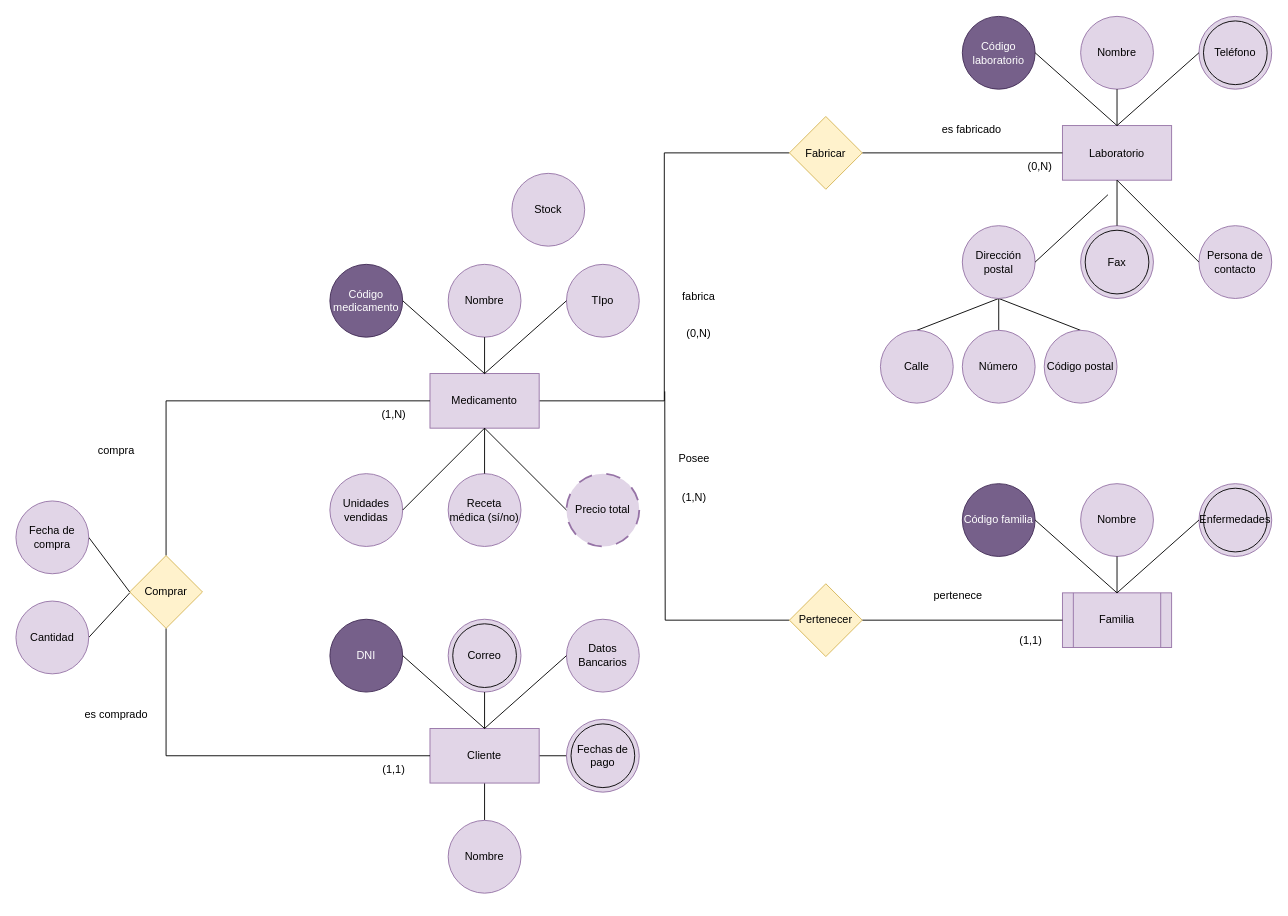
Before: P1ADBD.drawio in Nestor-DF/ADBD-2024-2025-Practica01-PE, a draw.io diagram. Source tidied: cells renumbered, new cells numbered last; positions are measured from the earlier drawing's top-left corner, leaving out a move shared by most shapes. Both pictures are drawn from the tidied source at 91%, with x=0, y=0 at pixel (15, 15).
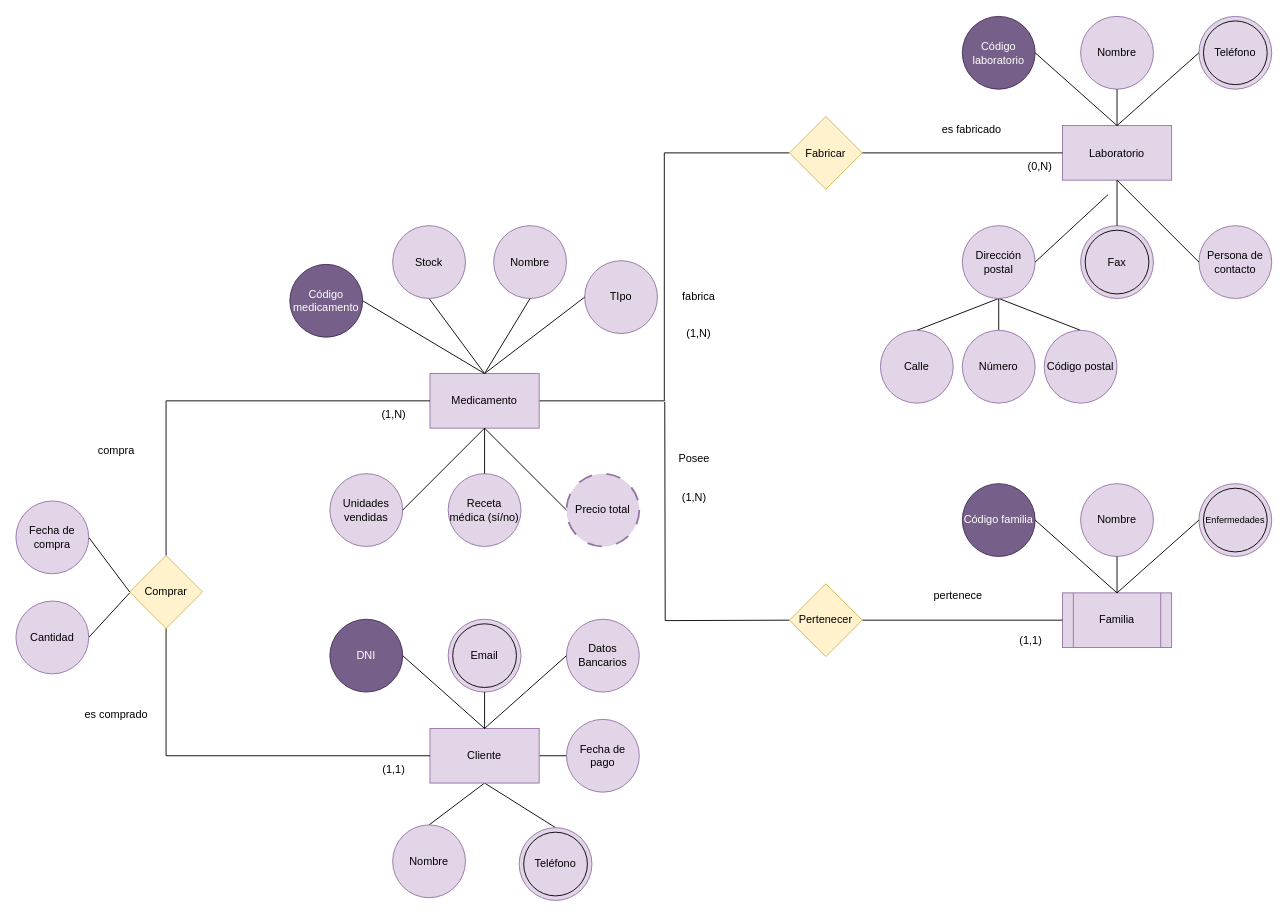
The same page after the edit.

Unchanged cells that the change refers to:
```xml
<mxCell id="3" value="Medicamento" style="rounded=0;whiteSpace=wrap;html=1;fillColor=#e1d5e7;strokeColor=#9673a6;" parent="1" vertex="1">
  <mxGeometry x="455" y="393" width="120" height="60" as="geometry" />
</mxCell>
<mxCell id="19" value="Cliente" style="rounded=0;whiteSpace=wrap;html=1;fillColor=#e1d5e7;strokeColor=#9673a6;" parent="1" vertex="1">
  <mxGeometry x="455" y="783" width="120" height="60" as="geometry" />
</mxCell>
<mxCell id="77" value="Pertenecer" style="rhombus;whiteSpace=wrap;html=1;fillColor=#fff2cc;strokeColor=#d6b656;" parent="1" vertex="1">
  <mxGeometry x="850" y="624" width="80" height="80" as="geometry" />
</mxCell>
```

Diff of the diagram source:
```diff
@@
     <mxCell id="4" value="Código medicamento" style="ellipse;whiteSpace=wrap;html=1;fillColor=#76608a;strokeColor=#432D57;fontColor=#ffffff;" parent="1" vertex="1">
-      <mxGeometry x="345" y="273" width="80" height="80" as="geometry" />
+      <mxGeometry x="301" y="273" width="80" height="80" as="geometry" />
     </mxCell>
     <mxCell id="5" value="TIpo" style="ellipse;whiteSpace=wrap;html=1;fillColor=#e1d5e7;strokeColor=#9673a6;" parent="1" vertex="1">
-      <mxGeometry x="605" y="273" width="80" height="80" as="geometry" />
+      <mxGeometry x="625" y="269" width="80" height="80" as="geometry" />
     </mxCell>
     <mxCell id="6" value="Nombre" style="ellipse;whiteSpace=wrap;html=1;fillColor=#e1d5e7;strokeColor=#9673a6;" parent="1" vertex="1">
-      <mxGeometry x="475" y="273" width="80" height="80" as="geometry" />
+      <mxGeometry x="525" y="230.5" width="80" height="80" as="geometry" />
     </mxCell>
+    <mxCell id="83" style="edgeStyle=none;rounded=0;jettySize=auto;html=1;exitX=0.5;exitY=1;exitDx=0;exitDy=0;entryX=0.5;entryY=0;entryDx=0;entryDy=0;endArrow=none;endFill=0;" parent="1" edge="1" source="7" target="3">
+      <mxGeometry relative="1" as="geometry" />
+    </mxCell>
     <mxCell id="7" value="Stock" style="ellipse;whiteSpace=wrap;html=1;fillColor=#e1d5e7;strokeColor=#9673a6;" parent="1" vertex="1">
-      <mxGeometry x="545" y="173" width="80" height="80" as="geometry" />
+      <mxGeometry x="414" y="230.5" width="80" height="80" as="geometry" />
     </mxCell>
@@
-    <mxCell id="17" style="edgeStyle=none;rounded=0;jettySize=auto;html=1;exitX=1;exitY=0.5;exitDx=0;exitDy=0;entryX=0;entryY=0.5;entryDx=0;entryDy=0;endArrow=none;endFill=0;" parent="1" edge="1" source="19" target="64">
-      <mxGeometry relative="1" as="geometry" />
+    <mxCell id="17" style="edgeStyle=none;rounded=0;jettySize=auto;html=1;exitX=1;exitY=0.5;exitDx=0;exitDy=0;entryX=0;entryY=0.5;entryDx=0;entryDy=0;endArrow=none;endFill=0;" parent="1" edge="1" source="19">
+      <mxGeometry relative="1" as="geometry">
+        <mxPoint x="610" y="813" as="targetPoint" />
+      </mxGeometry>
     </mxCell>
@@
+    <mxCell id="84" style="edgeStyle=none;rounded=0;jettySize=auto;html=1;exitX=0.5;exitY=1;exitDx=0;exitDy=0;entryX=0.5;entryY=0;entryDx=0;entryDy=0;endArrow=none;endFill=0;" parent="1" edge="1" source="19" target="85">
+      <mxGeometry relative="1" as="geometry" />
+    </mxCell>
@@
-    <mxCell id="22" value="Correo" style="ellipse;whiteSpace=wrap;html=1;fillColor=#e1d5e7;strokeColor=#9673a6;" parent="1" vertex="1">
+    <mxCell id="22" value="Email" style="ellipse;whiteSpace=wrap;html=1;fillColor=#e1d5e7;strokeColor=#9673a6;" parent="1" vertex="1">
       <mxGeometry x="475" y="663" width="80" height="80" as="geometry" />
     </mxCell>
-    <mxCell id="23" value="Fechas de pago" style="ellipse;whiteSpace=wrap;html=1;fillColor=#e1d5e7;strokeColor=#9673a6;" parent="1" vertex="1">
+    <mxCell id="23" value="Fecha de pago" style="ellipse;whiteSpace=wrap;html=1;fillColor=#e1d5e7;strokeColor=#9673a6;" parent="1" vertex="1">
       <mxGeometry x="605" y="773" width="80" height="80" as="geometry" />
     </mxCell>
@@
-    <mxCell id="62" value="(0,N)" style="text;html=1;align=center;verticalAlign=middle;strokeColor=none;fillColor=none;" parent="1" vertex="1">
+    <mxCell id="62" value="(1,N)" style="text;html=1;align=center;verticalAlign=middle;strokeColor=none;fillColor=none;" parent="1" vertex="1">
       <mxGeometry x="725" y="334" width="50" height="30" as="geometry" />
     </mxCell>
@@
-    <mxCell id="64" style="ellipse;whiteSpace=wrap;html=1;fillColor=none;" parent="1" vertex="1">
-      <mxGeometry x="610" y="778" width="70" height="70" as="geometry" />
-    </mxCell>
@@
     <mxCell id="66" value="Nombre" style="ellipse;whiteSpace=wrap;html=1;fillColor=#e1d5e7;strokeColor=#9673a6;" parent="1" vertex="1">
-      <mxGeometry x="475" y="884" width="80" height="80" as="geometry" />
+      <mxGeometry x="414" y="889" width="80" height="80" as="geometry" />
     </mxCell>
@@
-    <mxCell id="69" value="Enfermedades" style="ellipse;whiteSpace=wrap;html=1;fillColor=#e1d5e7;strokeColor=#9673a6;" parent="1" vertex="1">
+    <mxCell id="69" style="ellipse;whiteSpace=wrap;html=1;fillColor=#e1d5e7;strokeColor=#9673a6;" parent="1" vertex="1">
       <mxGeometry x="1300" y="514" width="80" height="80" as="geometry" />
     </mxCell>
@@
-    <mxCell id="74" style="ellipse;whiteSpace=wrap;html=1;fillColor=none;" parent="1" vertex="1">
+    <mxCell id="74" value="&lt;font style=&quot;font-size: 10px;&quot;&gt;Enfermedades&lt;/font&gt;" style="ellipse;whiteSpace=wrap;html=1;fillColor=none;" parent="1" vertex="1">
       <mxGeometry x="1305" y="519" width="70" height="70" as="geometry" />
     </mxCell>
@@
-    <mxCell id="76" style="edgeStyle=orthogonalEdgeStyle;rounded=0;jettySize=auto;html=1;exitX=0;exitY=0.5;exitDx=0;exitDy=0;endArrow=none;endFill=0;" parent="1" edge="1" source="77">
+    <mxCell id="76" style="edgeStyle=orthogonalEdgeStyle;rounded=0;orthogonalLoop=1;jettySize=auto;html=1;exitX=0;exitY=0.5;exitDx=0;exitDy=0;endArrow=none;endFill=0;" parent="1" edge="1">
       <mxGeometry relative="1" as="geometry">
-        <mxPoint x="713" y="412.6" as="targetPoint" />
+        <mxPoint x="850" y="664" as="sourcePoint" />
+        <mxPoint x="713" y="424" as="targetPoint" />
       </mxGeometry>
     </mxCell>
@@
+    <mxCell id="85" value="Teléfono" style="ellipse;whiteSpace=wrap;html=1;fillColor=#e1d5e7;strokeColor=#9673a6;" parent="1" vertex="1">
+      <mxGeometry x="553" y="892" width="80" height="80" as="geometry" />
+    </mxCell>
+    <mxCell id="86" style="ellipse;whiteSpace=wrap;html=1;fillColor=none;" parent="1" vertex="1">
+      <mxGeometry x="558" y="897" width="70" height="70" as="geometry" />
+    </mxCell>
```
